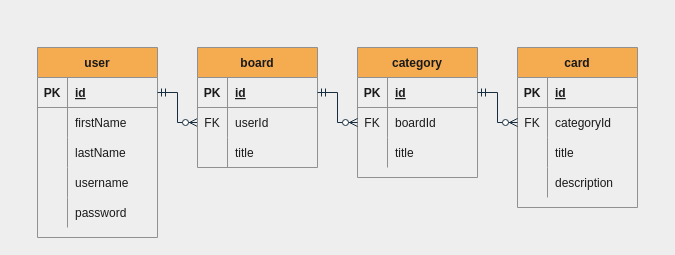
Earlier version of the draw.io diagram ManagementBoardBack/src/main/resources/db/erd.drawio (mjmbuilds/StagingManagementBoardProject). Source tidied: cells renumbered, new cells numbered last; positions are measured from the earlier drawing's top-left corner, leaving out a move shared by most shapes. Both pictures are drawn from the tidied source at 100%, with x=0, y=0 at pixel (37, 47).
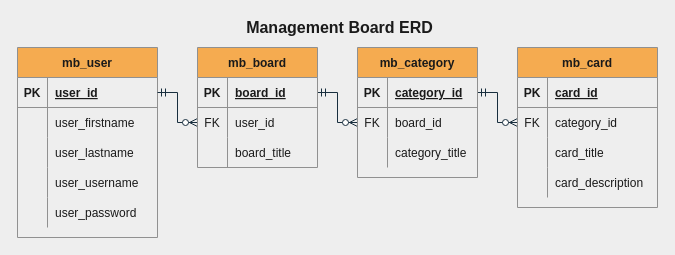
The same diagram, later.

The change refers to these unchanged cells:
```xml
<mxCell id="20" style="shape=partialRectangle;fillColor=none;top=0;left=0;bottom=1;right=0;points=[[0,0.5],[1,0.5]];portConstraint=eastwest;strokeColor=#909090;fontColor=#1A1A1A;" parent="19" vertex="1">
  <mxGeometry y="30" width="120" height="30" as="geometry" />
</mxCell>
<mxCell id="23" style="shape=partialRectangle;fillColor=none;top=0;left=0;bottom=0;right=0;points=[[0,0.5],[1,0.5]];portConstraint=eastwest;strokeColor=#909090;fontColor=#1A1A1A;" parent="19" vertex="1">
  <mxGeometry y="60" width="120" height="30" as="geometry" />
</mxCell>
<mxCell id="26" style="shape=partialRectangle;fillColor=none;top=0;left=0;bottom=0;right=0;strokeColor=#909090;fontColor=#1A1A1A;" parent="19" vertex="1">
  <mxGeometry y="90" width="120" height="30" as="geometry" />
</mxCell>
<mxCell id="30" style="shape=partialRectangle;fillColor=none;top=0;left=0;bottom=1;right=0;points=[[0,0.5],[1,0.5]];portConstraint=eastwest;strokeColor=#909090;fontColor=#1A1A1A;" parent="29" vertex="1">
  <mxGeometry y="30" width="120" height="30" as="geometry" />
</mxCell>
<mxCell id="33" style="shape=partialRectangle;fillColor=none;top=0;left=0;bottom=0;right=0;points=[[0,0.5],[1,0.5]];portConstraint=eastwest;strokeColor=#909090;fontColor=#1A1A1A;" parent="29" vertex="1">
  <mxGeometry y="60" width="120" height="30" as="geometry" />
</mxCell>
<mxCell id="36" style="shape=partialRectangle;fillColor=none;top=0;left=0;bottom=0;right=0;strokeColor=#909090;fontColor=#1A1A1A;" parent="29" vertex="1">
  <mxGeometry y="90" width="120" height="30" as="geometry" />
</mxCell>
```

Diff of the diagram source:
```diff
@@
-    <mxCell id="2" value="user" style="shape=table;startSize=30;childLayout=tableLayout;rowLines=0;fontStyle=1;align=center;fillColor=#F5AB50;strokeColor=#909090;fontColor=#1A1A1A;" parent="1" vertex="1">
-      <mxGeometry width="120" height="190" as="geometry" />
+    <mxCell id="2" value="mb_user" style="shape=table;startSize=30;childLayout=tableLayout;rowLines=0;fontStyle=1;align=center;fillColor=#F5AB50;strokeColor=#909090;fontColor=#1A1A1A;" parent="1" vertex="1">
+      <mxGeometry x="-20" width="140" height="190" as="geometry" />
     </mxCell>
     <mxCell id="3" style="shape=partialRectangle;fillColor=none;top=0;left=0;bottom=1;right=0;points=[[0,0.5],[1,0.5]];portConstraint=eastwest;strokeColor=#909090;fontColor=#1A1A1A;" parent="2" vertex="1">
-      <mxGeometry y="30" width="120" height="30" as="geometry" />
+      <mxGeometry y="30" width="140" height="30" as="geometry" />
     </mxCell>
@@
-    <mxCell id="5" value="id" style="shape=partialRectangle;fillColor=none;top=0;left=0;bottom=0;right=0;align=left;spacingLeft=6;fontStyle=5;overflow=hidden;strokeColor=#909090;fontColor=#1A1A1A;" parent="3" vertex="1">
-      <mxGeometry x="30" width="90" height="30" as="geometry" />
+    <mxCell id="5" value="user_id" style="shape=partialRectangle;fillColor=none;top=0;left=0;bottom=0;right=0;align=left;spacingLeft=6;fontStyle=5;overflow=hidden;strokeColor=#909090;fontColor=#1A1A1A;" parent="3" vertex="1">
+      <mxGeometry x="30" width="110" height="30" as="geometry" />
     </mxCell>
     <mxCell id="6" style="shape=partialRectangle;fillColor=none;top=0;left=0;bottom=0;right=0;strokeColor=#909090;fontColor=#1A1A1A;" parent="2" vertex="1">
-      <mxGeometry y="60" width="120" height="30" as="geometry" />
+      <mxGeometry y="60" width="140" height="30" as="geometry" />
     </mxCell>
@@
-    <mxCell id="8" value="firstName" style="shape=partialRectangle;fillColor=none;top=0;left=0;bottom=0;right=0;align=left;spacingLeft=6;overflow=hidden;strokeColor=#909090;fontColor=#1A1A1A;" parent="6" vertex="1">
-      <mxGeometry x="30" width="90" height="30" as="geometry" />
+    <mxCell id="8" value="user_firstname" style="shape=partialRectangle;fillColor=none;top=0;left=0;bottom=0;right=0;align=left;spacingLeft=6;overflow=hidden;strokeColor=#909090;fontColor=#1A1A1A;" parent="6" vertex="1">
+      <mxGeometry x="30" width="110" height="30" as="geometry" />
     </mxCell>
     <mxCell id="9" style="shape=partialRectangle;fillColor=none;top=0;left=0;bottom=0;right=0;strokeColor=#909090;fontColor=#1A1A1A;" parent="2" vertex="1">
-      <mxGeometry y="90" width="120" height="30" as="geometry" />
+      <mxGeometry y="90" width="140" height="30" as="geometry" />
     </mxCell>
@@
-    <mxCell id="11" value="lastName" style="shape=partialRectangle;fillColor=none;top=0;left=0;bottom=0;right=0;align=left;spacingLeft=6;overflow=hidden;strokeColor=#909090;fontColor=#1A1A1A;" parent="9" vertex="1">
-      <mxGeometry x="30" width="90" height="30" as="geometry" />
+    <mxCell id="11" value="user_lastname" style="shape=partialRectangle;fillColor=none;top=0;left=0;bottom=0;right=0;align=left;spacingLeft=6;overflow=hidden;strokeColor=#909090;fontColor=#1A1A1A;" parent="9" vertex="1">
+      <mxGeometry x="30" width="110" height="30" as="geometry" />
     </mxCell>
     <mxCell id="12" style="shape=partialRectangle;fillColor=none;top=0;left=0;bottom=0;right=0;strokeColor=#909090;fontColor=#1A1A1A;" parent="2" vertex="1">
-      <mxGeometry y="120" width="120" height="30" as="geometry" />
+      <mxGeometry y="120" width="140" height="30" as="geometry" />
     </mxCell>
@@
-    <mxCell id="14" value="username" style="shape=partialRectangle;fillColor=none;top=0;left=0;bottom=0;right=0;align=left;spacingLeft=6;overflow=hidden;strokeColor=#909090;fontColor=#1A1A1A;" parent="12" vertex="1">
-      <mxGeometry x="30" width="90" height="30" as="geometry" />
+    <mxCell id="14" value="user_username" style="shape=partialRectangle;fillColor=none;top=0;left=0;bottom=0;right=0;align=left;spacingLeft=6;overflow=hidden;strokeColor=#909090;fontColor=#1A1A1A;" parent="12" vertex="1">
+      <mxGeometry x="30" width="110" height="30" as="geometry" />
     </mxCell>
     <mxCell id="15" style="shape=partialRectangle;fillColor=none;top=0;left=0;bottom=0;right=0;strokeColor=#909090;fontColor=#1A1A1A;" parent="2" vertex="1">
-      <mxGeometry y="150" width="120" height="30" as="geometry" />
+      <mxGeometry y="150" width="140" height="30" as="geometry" />
     </mxCell>
@@
-    <mxCell id="17" value="password" style="shape=partialRectangle;fillColor=none;top=0;left=0;bottom=0;right=0;align=left;spacingLeft=6;overflow=hidden;strokeColor=#909090;fontColor=#1A1A1A;" parent="15" vertex="1">
-      <mxGeometry x="30" width="90" height="30" as="geometry" />
+    <mxCell id="17" value="user_password" style="shape=partialRectangle;fillColor=none;top=0;left=0;bottom=0;right=0;align=left;spacingLeft=6;overflow=hidden;strokeColor=#909090;fontColor=#1A1A1A;" parent="15" vertex="1">
+      <mxGeometry x="30" width="110" height="30" as="geometry" />
     </mxCell>
@@
+    <mxCell id="39" style="edgeStyle=orthogonalEdgeStyle;rounded=0;jettySize=auto;html=1;exitX=0;exitY=0.5;exitDx=0;exitDy=0;entryX=1;entryY=0.5;entryDx=0;entryDy=0;startArrow=ERzeroToMany;startFill=1;endArrow=ERmandOne;endFill=0;strokeColor=#182E3E;fontColor=#1A1A1A;labelBackgroundColor=#EEEEEE;" parent="1" edge="1" source="33" target="20">
+      <mxGeometry relative="1" as="geometry" />
+    </mxCell>
+    <mxCell id="53" style="edgeStyle=orthogonalEdgeStyle;rounded=0;jettySize=auto;html=1;exitX=0;exitY=0.5;exitDx=0;exitDy=0;entryX=1;entryY=0.5;entryDx=0;entryDy=0;startArrow=ERzeroToMany;startFill=1;endArrow=ERmandOne;endFill=0;strokeColor=#182E3E;fontColor=#1A1A1A;labelBackgroundColor=#EEEEEE;" parent="1" edge="1" source="44" target="30">
+      <mxGeometry relative="1" as="geometry" />
+    </mxCell>
+    <mxCell id="54" value="&lt;b&gt;&lt;font style=&quot;font-size: 16px&quot;&gt;Management Board ERD&lt;/font&gt;&lt;/b&gt;" style="text;html=1;strokeColor=none;fillColor=none;align=center;verticalAlign=middle;whiteSpace=wrap;rounded=0;sketch=0;fontColor=#1A1A1A;" parent="1" vertex="1">
+      <mxGeometry x="190" y="-30" width="225" height="20" as="geometry" />
+    </mxCell>
-    <mxCell id="19" value="board" style="shape=table;startSize=30;childLayout=tableLayout;rowLines=0;fontStyle=1;align=center;fillColor=#F5AB50;strokeColor=#909090;fontColor=#1A1A1A;" parent="1" vertex="1">
+    <mxCell id="19" value="mb_board" style="shape=table;startSize=30;childLayout=tableLayout;rowLines=0;fontStyle=1;align=center;fillColor=#F5AB50;strokeColor=#909090;fontColor=#1A1A1A;" parent="1" vertex="1">
       <mxGeometry x="160" width="120" height="120" as="geometry" />
     </mxCell>
@@
-    <mxCell id="22" value="id" style="shape=partialRectangle;fillColor=none;top=0;left=0;bottom=0;right=0;align=left;spacingLeft=6;fontStyle=5;overflow=hidden;strokeColor=#909090;fontColor=#1A1A1A;" parent="20" vertex="1">
+    <mxCell id="22" value="board_id" style="shape=partialRectangle;fillColor=none;top=0;left=0;bottom=0;right=0;align=left;spacingLeft=6;fontStyle=5;overflow=hidden;strokeColor=#909090;fontColor=#1A1A1A;" parent="20" vertex="1">
       <mxGeometry x="30" width="90" height="30" as="geometry" />
     </mxCell>
@@
-    <mxCell id="25" value="userId" style="shape=partialRectangle;fillColor=none;top=0;left=0;bottom=0;right=0;align=left;spacingLeft=6;overflow=hidden;strokeColor=#909090;fontColor=#1A1A1A;" parent="23" vertex="1">
+    <mxCell id="25" value="user_id" style="shape=partialRectangle;fillColor=none;top=0;left=0;bottom=0;right=0;align=left;spacingLeft=6;overflow=hidden;strokeColor=#909090;fontColor=#1A1A1A;" parent="23" vertex="1">
       <mxGeometry x="30" width="90" height="30" as="geometry" />
     </mxCell>
@@
-    <mxCell id="28" value="title" style="shape=partialRectangle;fillColor=none;top=0;left=0;bottom=0;right=0;align=left;spacingLeft=6;overflow=hidden;strokeColor=#909090;fontColor=#1A1A1A;" parent="26" vertex="1">
+    <mxCell id="28" value="board_title" style="shape=partialRectangle;fillColor=none;top=0;left=0;bottom=0;right=0;align=left;spacingLeft=6;overflow=hidden;strokeColor=#909090;fontColor=#1A1A1A;" parent="26" vertex="1">
       <mxGeometry x="30" width="90" height="30" as="geometry" />
     </mxCell>
-    <mxCell id="29" value="category" style="shape=table;startSize=30;childLayout=tableLayout;rowLines=0;fontStyle=1;align=center;fillColor=#F5AB50;strokeColor=#909090;fontColor=#1A1A1A;" parent="1" vertex="1">
+    <mxCell id="29" value="mb_category" style="shape=table;startSize=30;childLayout=tableLayout;rowLines=0;fontStyle=1;align=center;fillColor=#F5AB50;strokeColor=#909090;fontColor=#1A1A1A;" parent="1" vertex="1">
       <mxGeometry x="320" width="120" height="130" as="geometry" />
     </mxCell>
@@
-    <mxCell id="32" value="id" style="shape=partialRectangle;fillColor=none;top=0;left=0;bottom=0;right=0;align=left;spacingLeft=6;fontStyle=5;overflow=hidden;strokeColor=#909090;fontColor=#1A1A1A;" parent="30" vertex="1">
+    <mxCell id="32" value="category_id" style="shape=partialRectangle;fillColor=none;top=0;left=0;bottom=0;right=0;align=left;spacingLeft=6;fontStyle=5;overflow=hidden;strokeColor=#909090;fontColor=#1A1A1A;" parent="30" vertex="1">
       <mxGeometry x="30" width="90" height="30" as="geometry" />
     </mxCell>
@@
-    <mxCell id="35" value="boardId" style="shape=partialRectangle;fillColor=none;top=0;left=0;bottom=0;right=0;align=left;spacingLeft=6;overflow=hidden;strokeColor=#909090;fontColor=#1A1A1A;" parent="33" vertex="1">
+    <mxCell id="35" value="board_id" style="shape=partialRectangle;fillColor=none;top=0;left=0;bottom=0;right=0;align=left;spacingLeft=6;overflow=hidden;strokeColor=#909090;fontColor=#1A1A1A;" parent="33" vertex="1">
       <mxGeometry x="30" width="90" height="30" as="geometry" />
     </mxCell>
@@
-    <mxCell id="38" value="title" style="shape=partialRectangle;fillColor=none;top=0;left=0;bottom=0;right=0;align=left;spacingLeft=6;overflow=hidden;strokeColor=#909090;fontColor=#1A1A1A;" parent="36" vertex="1">
+    <mxCell id="38" value="category_title" style="shape=partialRectangle;fillColor=none;top=0;left=0;bottom=0;right=0;align=left;spacingLeft=6;overflow=hidden;strokeColor=#909090;fontColor=#1A1A1A;" parent="36" vertex="1">
       <mxGeometry x="30" width="90" height="30" as="geometry" />
     </mxCell>
-    <mxCell id="39" style="edgeStyle=orthogonalEdgeStyle;rounded=0;jettySize=auto;html=1;exitX=0;exitY=0.5;exitDx=0;exitDy=0;entryX=1;entryY=0.5;entryDx=0;entryDy=0;startArrow=ERzeroToMany;startFill=1;endArrow=ERmandOne;endFill=0;strokeColor=#182E3E;fontColor=#1A1A1A;labelBackgroundColor=#EEEEEE;" parent="1" edge="1" source="33" target="20">
-      <mxGeometry relative="1" as="geometry" />
-    </mxCell>
-    <mxCell id="40" value="card" style="shape=table;startSize=30;childLayout=tableLayout;rowLines=0;fontStyle=1;align=center;fillColor=#F5AB50;strokeColor=#909090;fontColor=#1A1A1A;" parent="1" vertex="1">
-      <mxGeometry x="480" width="120" height="160" as="geometry" />
+    <mxCell id="40" value="mb_card" style="shape=table;startSize=30;childLayout=tableLayout;rowLines=0;fontStyle=1;align=center;fillColor=#F5AB50;strokeColor=#909090;fontColor=#1A1A1A;" parent="1" vertex="1">
+      <mxGeometry x="480" width="140" height="160" as="geometry" />
     </mxCell>
     <mxCell id="41" style="shape=partialRectangle;fillColor=none;top=0;left=0;bottom=1;right=0;strokeColor=#909090;fontColor=#1A1A1A;" parent="40" vertex="1">
-      <mxGeometry y="30" width="120" height="30" as="geometry" />
+      <mxGeometry y="30" width="140" height="30" as="geometry" />
     </mxCell>
@@
-    <mxCell id="43" value="id" style="shape=partialRectangle;fillColor=none;top=0;left=0;bottom=0;right=0;align=left;spacingLeft=6;fontStyle=5;overflow=hidden;strokeColor=#909090;fontColor=#1A1A1A;" parent="41" vertex="1">
-      <mxGeometry x="30" width="90" height="30" as="geometry" />
+    <mxCell id="43" value="card_id" style="shape=partialRectangle;fillColor=none;top=0;left=0;bottom=0;right=0;align=left;spacingLeft=6;fontStyle=5;overflow=hidden;strokeColor=#909090;fontColor=#1A1A1A;" parent="41" vertex="1">
+      <mxGeometry x="30" width="110" height="30" as="geometry" />
     </mxCell>
     <mxCell id="44" style="shape=partialRectangle;fillColor=none;top=0;left=0;bottom=0;right=0;points=[[0,0.5],[1,0.5]];portConstraint=eastwest;strokeColor=#909090;fontColor=#1A1A1A;" parent="40" vertex="1">
-      <mxGeometry y="60" width="120" height="30" as="geometry" />
+      <mxGeometry y="60" width="140" height="30" as="geometry" />
     </mxCell>
@@
-    <mxCell id="46" value="categoryId" style="shape=partialRectangle;fillColor=none;top=0;left=0;bottom=0;right=0;align=left;spacingLeft=6;overflow=hidden;strokeColor=#909090;fontColor=#1A1A1A;" parent="44" vertex="1">
-      <mxGeometry x="30" width="90" height="30" as="geometry" />
+    <mxCell id="46" value="category_id" style="shape=partialRectangle;fillColor=none;top=0;left=0;bottom=0;right=0;align=left;spacingLeft=6;overflow=hidden;strokeColor=#909090;fontColor=#1A1A1A;" parent="44" vertex="1">
+      <mxGeometry x="30" width="110" height="30" as="geometry" />
     </mxCell>
     <mxCell id="47" style="shape=partialRectangle;fillColor=none;top=0;left=0;bottom=0;right=0;strokeColor=#909090;fontColor=#1A1A1A;" parent="40" vertex="1">
-      <mxGeometry y="90" width="120" height="30" as="geometry" />
+      <mxGeometry y="90" width="140" height="30" as="geometry" />
     </mxCell>
@@
-    <mxCell id="49" value="title" style="shape=partialRectangle;fillColor=none;top=0;left=0;bottom=0;right=0;align=left;spacingLeft=6;overflow=hidden;strokeColor=#909090;fontColor=#1A1A1A;" parent="47" vertex="1">
-      <mxGeometry x="30" width="90" height="30" as="geometry" />
+    <mxCell id="49" value="card_title" style="shape=partialRectangle;fillColor=none;top=0;left=0;bottom=0;right=0;align=left;spacingLeft=6;overflow=hidden;strokeColor=#909090;fontColor=#1A1A1A;" parent="47" vertex="1">
+      <mxGeometry x="30" width="110" height="30" as="geometry" />
     </mxCell>
     <mxCell id="50" style="shape=partialRectangle;fillColor=none;top=0;left=0;bottom=0;right=0;strokeColor=#909090;fontColor=#1A1A1A;" parent="40" vertex="1">
-      <mxGeometry y="120" width="120" height="30" as="geometry" />
+      <mxGeometry y="120" width="140" height="30" as="geometry" />
     </mxCell>
@@
-    <mxCell id="52" value="description" style="shape=partialRectangle;fillColor=none;top=0;left=0;bottom=0;right=0;align=left;spacingLeft=6;overflow=hidden;strokeColor=#909090;fontColor=#1A1A1A;" parent="50" vertex="1">
-      <mxGeometry x="30" width="90" height="30" as="geometry" />
+    <mxCell id="52" value="card_description" style="shape=partialRectangle;fillColor=none;top=0;left=0;bottom=0;right=0;align=left;spacingLeft=6;overflow=hidden;strokeColor=#909090;fontColor=#1A1A1A;" parent="50" vertex="1">
+      <mxGeometry x="30" width="110" height="30" as="geometry" />
     </mxCell>
-    <mxCell id="53" style="edgeStyle=orthogonalEdgeStyle;rounded=0;jettySize=auto;html=1;exitX=0;exitY=0.5;exitDx=0;exitDy=0;entryX=1;entryY=0.5;entryDx=0;entryDy=0;startArrow=ERzeroToMany;startFill=1;endArrow=ERmandOne;endFill=0;strokeColor=#182E3E;fontColor=#1A1A1A;labelBackgroundColor=#EEEEEE;" parent="1" edge="1" source="44" target="30">
-      <mxGeometry relative="1" as="geometry" />
-    </mxCell>
```
